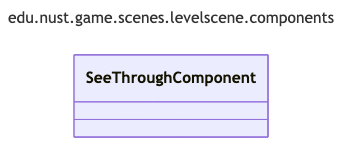
Before: uml/generated/png/package_edu_nust_game_scenes_levelscene_components.png, a diagram exported from Mermaid (zombie-zero-nust/zombie-zero). Its source is kept beside it as uml/generated/mmd/package_edu_nust_game_scenes_levelscene_components.mmd.
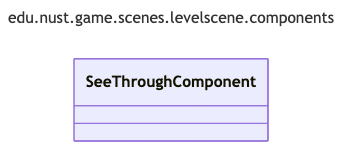
After the commit.

The edit, as a diff of the source:
```diff
@@ -2,11 +2,11 @@
 title: edu.nust.game.scenes.levelscene.components
 config:
   look: classic
-  layout: dagre
+  layout: elk
   flowchart:
     curve: linear
   class:
     defaultRenderer: dagre-wrapper
 ---
 classDiagram
-class SeeThroughComponent
+  class SeeThroughComponent
```
